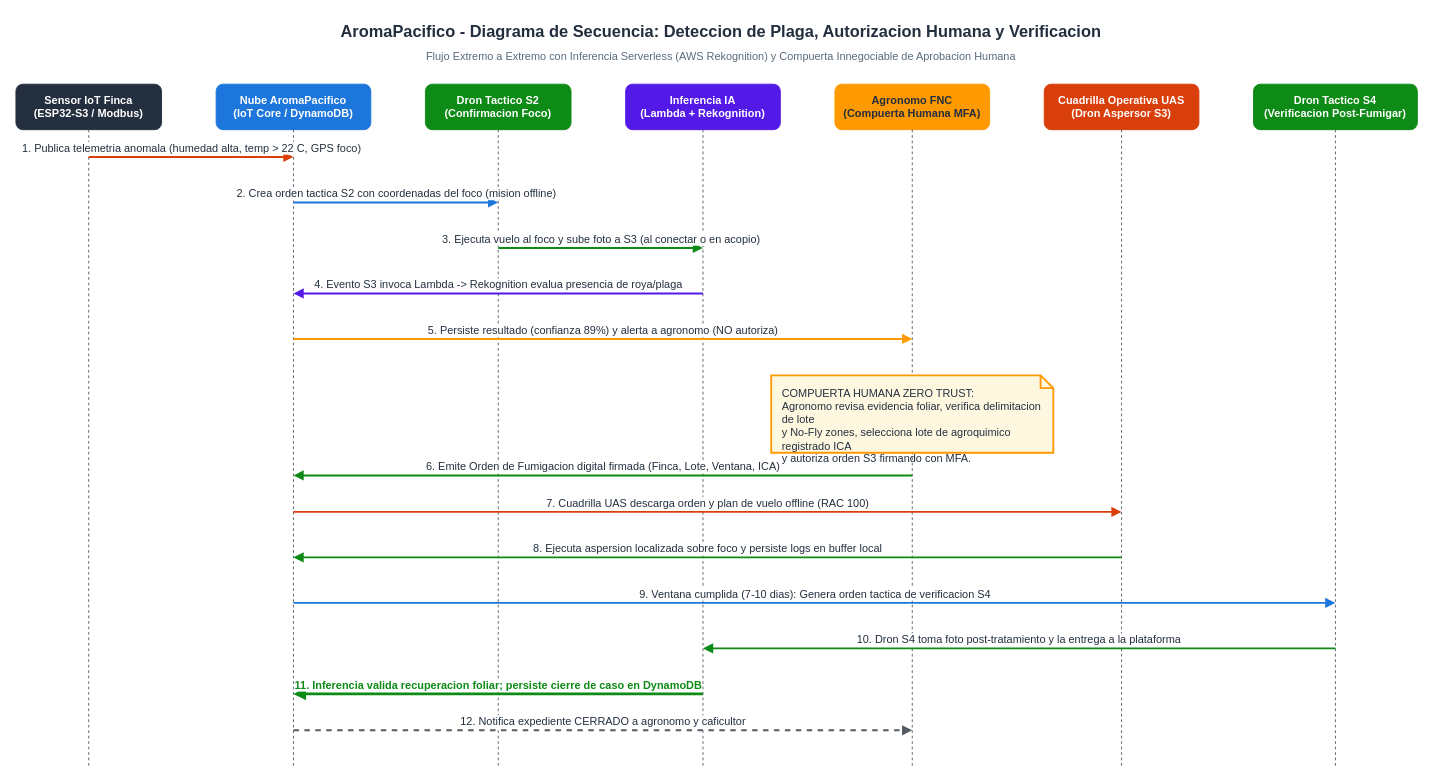
Above: docs/architecture/diagrams/carga-b-secuencia-fumigacion.drawio in aromapacifico-platform/planning (draw.io), before the change. Source tidied: cells renumbered, new cells numbered last; positions are measured from the earlier drawing's top-left corner, leaving out a move shared by most shapes. Both pictures are drawn from the tidied source at 91%, with x=0, y=0 at pixel (15, 15).
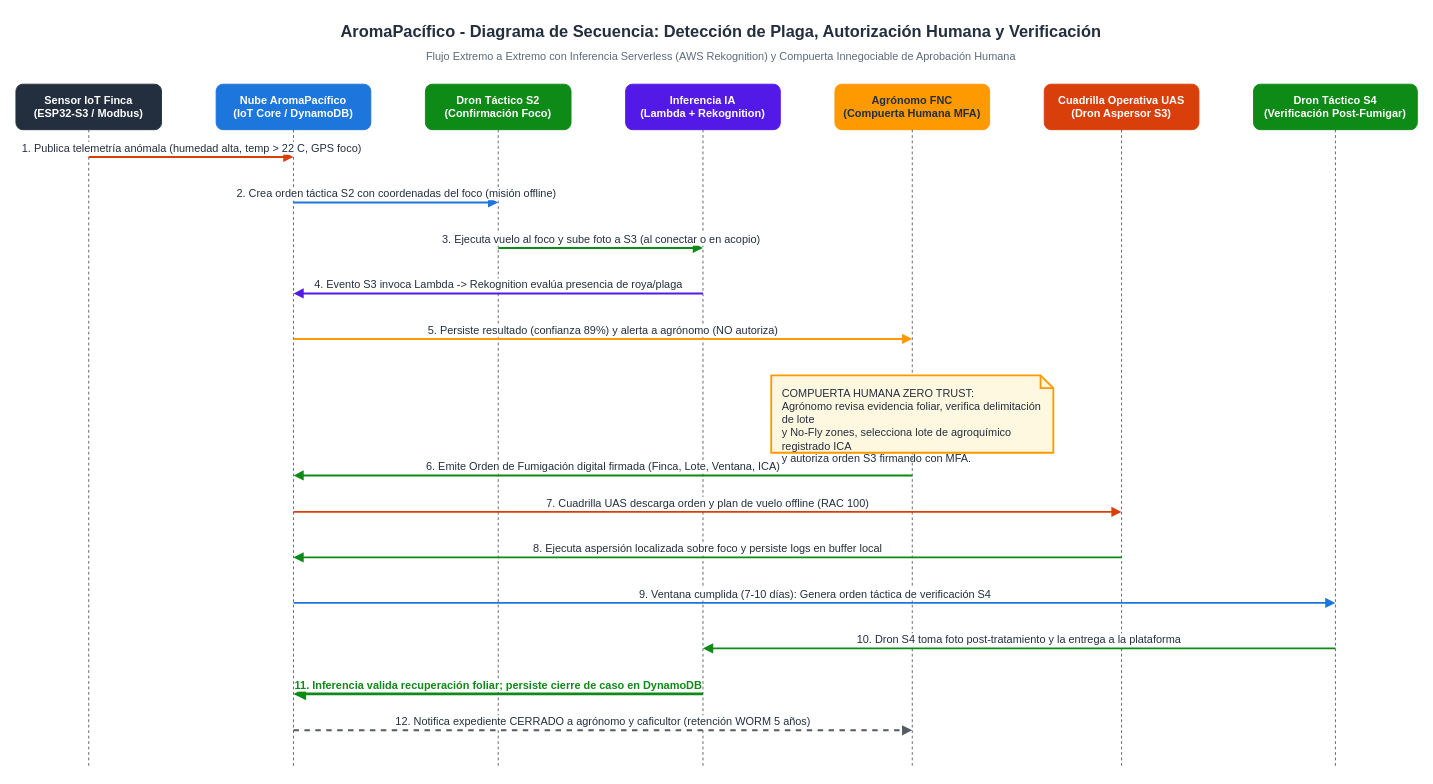
After the change.

Commit message (it also covers changes not shown here):
docs(architecture): remove mermaid and fix orthography in drone docs

What changed in the source:
```diff
@@
-    <mxCell id="2" value="AromaPacifico - Diagrama de Secuencia: Deteccion de Plaga, Autorizacion Humana y Verificacion" style="text;html=1;strokeColor=none;fillColor=none;align=center;verticalAlign=middle;whiteSpace=wrap;rounded=0;fontSize=18;fontStyle=1;fontColor=#232F3E;" parent="1" vertex="1">
+    <mxCell id="2" value="AromaPacífico - Diagrama de Secuencia: Detección de Plaga, Autorización Humana y Verificación" style="text;html=1;strokeColor=none;fillColor=none;align=center;verticalAlign=middle;whiteSpace=wrap;rounded=0;fontSize=18;fontStyle=1;fontColor=#232F3E;" parent="1" vertex="1">
       <mxGeometry x="250" width="1050" height="35" as="geometry" />
     </mxCell>
-    <mxCell id="3" value="Flujo Extremo a Extremo con Inferencia Serverless (AWS Rekognition) y Compuerta Innegociable de Aprobacion Humana" style="text;html=1;strokeColor=none;fillColor=none;align=center;verticalAlign=middle;whiteSpace=wrap;rounded=0;fontSize=12;fontStyle=0;fontColor=#5A6B7C;" parent="1" vertex="1">
+    <mxCell id="3" value="Flujo Extremo a Extremo con Inferencia Serverless (AWS Rekognition) y Compuerta Innegociable de Aprobación Humana" style="text;html=1;strokeColor=none;fillColor=none;align=center;verticalAlign=middle;whiteSpace=wrap;rounded=0;fontSize=12;fontStyle=0;fontColor=#5A6B7C;" parent="1" vertex="1">
       <mxGeometry x="250" y="35" width="1050" height="20" as="geometry" />
     </mxCell>
@@
-    <mxCell id="6" value="Nube AromaPacifico&#10;(IoT Core / DynamoDB)" style="rounded=1;whiteSpace=wrap;html=1;fillColor=#1D76DB;strokeColor=#1D76DB;fontSize=12;fontStyle=1;fontColor=#FFFFFF;" parent="1" vertex="1">
+    <mxCell id="6" value="Nube AromaPacífico&#10;(IoT Core / DynamoDB)" style="rounded=1;whiteSpace=wrap;html=1;fillColor=#1D76DB;strokeColor=#1D76DB;fontSize=12;fontStyle=1;fontColor=#FFFFFF;" parent="1" vertex="1">
       <mxGeometry x="220" y="75" width="170" height="50" as="geometry" />
     </mxCell>
@@
-    <mxCell id="8" value="Dron Tactico S2&#10;(Confirmacion Foco)" style="rounded=1;whiteSpace=wrap;html=1;fillColor=#0E8A16;strokeColor=#0E8A16;fontSize=12;fontStyle=1;fontColor=#FFFFFF;" parent="1" vertex="1">
+    <mxCell id="8" value="Dron Táctico S2&#10;(Confirmación Foco)" style="rounded=1;whiteSpace=wrap;html=1;fillColor=#0E8A16;strokeColor=#0E8A16;fontSize=12;fontStyle=1;fontColor=#FFFFFF;" parent="1" vertex="1">
       <mxGeometry x="450" y="75" width="160" height="50" as="geometry" />
     </mxCell>
@@
-    <mxCell id="12" value="Agronomo FNC&#10;(Compuerta Humana MFA)" style="rounded=1;whiteSpace=wrap;html=1;fillColor=#FF9900;strokeColor=#FF9900;fontSize=12;fontStyle=1;fontColor=#232F3E;" parent="1" vertex="1">
+    <mxCell id="12" value="Agrónomo FNC&#10;(Compuerta Humana MFA)" style="rounded=1;whiteSpace=wrap;html=1;fillColor=#FF9900;strokeColor=#FF9900;fontSize=12;fontStyle=1;fontColor=#232F3E;" parent="1" vertex="1">
       <mxGeometry x="900" y="75" width="170" height="50" as="geometry" />
     </mxCell>
@@
-    <mxCell id="16" value="Dron Tactico S4&#10;(Verificacion Post-Fumigar)" style="rounded=1;whiteSpace=wrap;html=1;fillColor=#0E8A16;strokeColor=#0E8A16;fontSize=12;fontStyle=1;fontColor=#FFFFFF;" parent="1" vertex="1">
+    <mxCell id="16" value="Dron Táctico S4&#10;(Verificación Post-Fumigar)" style="rounded=1;whiteSpace=wrap;html=1;fillColor=#0E8A16;strokeColor=#0E8A16;fontSize=12;fontStyle=1;fontColor=#FFFFFF;" parent="1" vertex="1">
       <mxGeometry x="1360" y="75" width="180" height="50" as="geometry" />
     </mxCell>
@@
-    <mxCell id="18" value="1. Publica telemetria anomala (humedad alta, temp &gt; 22 C, GPS foco)" style="html=1;verticalAlign=bottom;endArrow=block;edgeStyle=elbowEdgeStyle;elbow=vertical;rounded=0;strokeColor=#D93F0B;strokeWidth=2;fontSize=12;fontColor=#232F3E;" parent="1" edge="1">
+    <mxCell id="18" value="1. Publica telemetría anómala (humedad alta, temp &gt; 22 C, GPS foco)" style="html=1;verticalAlign=bottom;endArrow=block;edgeStyle=elbowEdgeStyle;elbow=vertical;rounded=0;strokeColor=#D93F0B;strokeWidth=2;fontSize=12;fontColor=#232F3E;" parent="1" edge="1">
       <mxGeometry relative="1" as="geometry">
         <mxPoint x="80" y="155" as="sourcePoint" />
         <mxPoint x="305" y="155" as="targetPoint" />
       </mxGeometry>
     </mxCell>
-    <mxCell id="19" value="2. Crea orden tactica S2 con coordenadas del foco (mision offline)" style="html=1;verticalAlign=bottom;endArrow=block;edgeStyle=elbowEdgeStyle;elbow=vertical;rounded=0;strokeColor=#1D76DB;strokeWidth=2;fontSize=12;fontColor=#232F3E;" parent="1" edge="1">
+    <mxCell id="19" value="2. Crea orden táctica S2 con coordenadas del foco (misión offline)" style="html=1;verticalAlign=bottom;endArrow=block;edgeStyle=elbowEdgeStyle;elbow=vertical;rounded=0;strokeColor=#1D76DB;strokeWidth=2;fontSize=12;fontColor=#232F3E;" parent="1" edge="1">
       <mxGeometry relative="1" as="geometry">
         <mxPoint x="305" y="205" as="sourcePoint" />
         <mxPoint x="530" y="205" as="targetPoint" />
       </mxGeometry>
     </mxCell>
@@
-    <mxCell id="21" value="4. Evento S3 invoca Lambda -&gt; Rekognition evalua presencia de roya/plaga" style="html=1;verticalAlign=bottom;endArrow=block;edgeStyle=elbowEdgeStyle;elbow=vertical;rounded=0;strokeColor=#5319E7;strokeWidth=2;fontSize=12;fontColor=#232F3E;" parent="1" edge="1">
+    <mxCell id="21" value="4. Evento S3 invoca Lambda -&gt; Rekognition evalúa presencia de roya/plaga" style="html=1;verticalAlign=bottom;endArrow=block;edgeStyle=elbowEdgeStyle;elbow=vertical;rounded=0;strokeColor=#5319E7;strokeWidth=2;fontSize=12;fontColor=#232F3E;" parent="1" edge="1">
       <mxGeometry relative="1" as="geometry">
         <mxPoint x="755" y="305" as="sourcePoint" />
         <mxPoint x="305" y="305" as="targetPoint" />
       </mxGeometry>
     </mxCell>
-    <mxCell id="22" value="5. Persiste resultado (confianza 89%) y alerta a agronomo (NO autoriza)" style="html=1;verticalAlign=bottom;endArrow=block;edgeStyle=elbowEdgeStyle;elbow=vertical;rounded=0;strokeColor=#FF9900;strokeWidth=2;fontSize=12;fontColor=#232F3E;" parent="1" edge="1">
+    <mxCell id="22" value="5. Persiste resultado (confianza 89%) y alerta a agrónomo (NO autoriza)" style="html=1;verticalAlign=bottom;endArrow=block;edgeStyle=elbowEdgeStyle;elbow=vertical;rounded=0;strokeColor=#FF9900;strokeWidth=2;fontSize=12;fontColor=#232F3E;" parent="1" edge="1">
       <mxGeometry relative="1" as="geometry">
         <mxPoint x="305" y="355" as="sourcePoint" />
         <mxPoint x="985" y="355" as="targetPoint" />
       </mxGeometry>
     </mxCell>
-    <mxCell id="23" value="COMPUERTA HUMANA ZERO TRUST:&#10;Agronomo revisa evidencia foliar, verifica delimitacion de lote&#10;y No-Fly zones, selecciona lote de agroquimico registrado ICA&#10;y autoriza orden S3 firmando con MFA." style="shape=note;whiteSpace=wrap;html=1;size=14;verticalAlign=top;align=left;spacingLeft=10;spacingTop=6;fillColor=#FFF8E1;strokeColor=#FF9900;strokeWidth=2;fontSize=12;fontColor=#232F3E;" parent="1" vertex="1">
+    <mxCell id="23" value="COMPUERTA HUMANA ZERO TRUST:&#10;Agrónomo revisa evidencia foliar, verifica delimitación de lote&#10;y No-Fly zones, selecciona lote de agroquímico registrado ICA&#10;y autoriza orden S3 firmando con MFA." style="shape=note;whiteSpace=wrap;html=1;size=14;verticalAlign=top;align=left;spacingLeft=10;spacingTop=6;fillColor=#FFF8E1;strokeColor=#FF9900;strokeWidth=2;fontSize=12;fontColor=#232F3E;" parent="1" vertex="1">
       <mxGeometry x="830" y="395" width="310" height="85" as="geometry" />
     </mxCell>
-    <mxCell id="24" value="6. Emite Orden de Fumigacion digital firmada (Finca, Lote, Ventana, ICA)" style="html=1;verticalAlign=bottom;endArrow=block;edgeStyle=elbowEdgeStyle;elbow=vertical;rounded=0;strokeColor=#0E8A16;strokeWidth=2;fontSize=12;fontColor=#232F3E;" parent="1" edge="1">
+    <mxCell id="24" value="6. Emite Orden de Fumigación digital firmada (Finca, Lote, Ventana, ICA)" style="html=1;verticalAlign=bottom;endArrow=block;edgeStyle=elbowEdgeStyle;elbow=vertical;rounded=0;strokeColor=#0E8A16;strokeWidth=2;fontSize=12;fontColor=#232F3E;" parent="1" edge="1">
       <mxGeometry relative="1" as="geometry">
         <mxPoint x="985" y="505" as="sourcePoint" />
         <mxPoint x="305" y="505" as="targetPoint" />
       </mxGeometry>
     </mxCell>
@@
-    <mxCell id="26" value="8. Ejecuta aspersion localizada sobre foco y persiste logs en buffer local" style="html=1;verticalAlign=bottom;endArrow=block;edgeStyle=elbowEdgeStyle;elbow=vertical;rounded=0;strokeColor=#0E8A16;strokeWidth=2;fontSize=12;fontColor=#232F3E;" parent="1" edge="1">
+    <mxCell id="26" value="8. Ejecuta aspersión localizada sobre foco y persiste logs en buffer local" style="html=1;verticalAlign=bottom;endArrow=block;edgeStyle=elbowEdgeStyle;elbow=vertical;rounded=0;strokeColor=#0E8A16;strokeWidth=2;fontSize=12;fontColor=#232F3E;" parent="1" edge="1">
       <mxGeometry relative="1" as="geometry">
         <mxPoint x="1215" y="595" as="sourcePoint" />
         <mxPoint x="305" y="595" as="targetPoint" />
       </mxGeometry>
     </mxCell>
-    <mxCell id="27" value="9. Ventana cumplida (7-10 dias): Genera orden tactica de verificacion S4" style="html=1;verticalAlign=bottom;endArrow=block;edgeStyle=elbowEdgeStyle;elbow=vertical;rounded=0;strokeColor=#1D76DB;strokeWidth=2;fontSize=12;fontColor=#232F3E;" parent="1" edge="1">
+    <mxCell id="27" value="9. Ventana cumplida (7-10 días): Genera orden táctica de verificación S4" style="html=1;verticalAlign=bottom;endArrow=block;edgeStyle=elbowEdgeStyle;elbow=vertical;rounded=0;strokeColor=#1D76DB;strokeWidth=2;fontSize=12;fontColor=#232F3E;" parent="1" edge="1">
       <mxGeometry relative="1" as="geometry">
         <mxPoint x="305" y="645" as="sourcePoint" />
         <mxPoint x="1450" y="645" as="targetPoint" />
       </mxGeometry>
     </mxCell>
@@
-    <mxCell id="29" value="11. Inferencia valida recuperacion foliar; persiste cierre de caso en DynamoDB" style="html=1;verticalAlign=bottom;endArrow=block;edgeStyle=elbowEdgeStyle;elbow=vertical;rounded=0;strokeColor=#0E8A16;strokeWidth=3;fontSize=12;fontColor=#0E8A16;fontStyle=1;" parent="1" edge="1">
+    <mxCell id="29" value="11. Inferencia valida recuperación foliar; persiste cierre de caso en DynamoDB" style="html=1;verticalAlign=bottom;endArrow=block;edgeStyle=elbowEdgeStyle;elbow=vertical;rounded=0;strokeColor=#0E8A16;strokeWidth=3;fontSize=12;fontColor=#0E8A16;fontStyle=1;" parent="1" edge="1">
       <mxGeometry relative="1" as="geometry">
         <mxPoint x="755" y="745" as="sourcePoint" />
         <mxPoint x="305" y="745" as="targetPoint" />
       </mxGeometry>
     </mxCell>
-    <mxCell id="30" value="12. Notifica expediente CERRADO a agronomo y caficultor" style="html=1;verticalAlign=bottom;endArrow=block;dashed=1;edgeStyle=elbowEdgeStyle;elbow=vertical;rounded=0;strokeColor=#545B64;strokeWidth=2;fontSize=12;fontColor=#232F3E;" parent="1" edge="1">
+    <mxCell id="30" value="12. Notifica expediente CERRADO a agrónomo y caficultor (retención WORM 5 años)" style="html=1;verticalAlign=bottom;endArrow=block;dashed=1;edgeStyle=elbowEdgeStyle;elbow=vertical;rounded=0;strokeColor=#545B64;strokeWidth=2;fontSize=12;fontColor=#232F3E;" parent="1" edge="1">
       <mxGeometry relative="1" as="geometry">
         <mxPoint x="305" y="785" as="sourcePoint" />
         <mxPoint x="985" y="785" as="targetPoint" />
       </mxGeometry>
     </mxCell>
```
